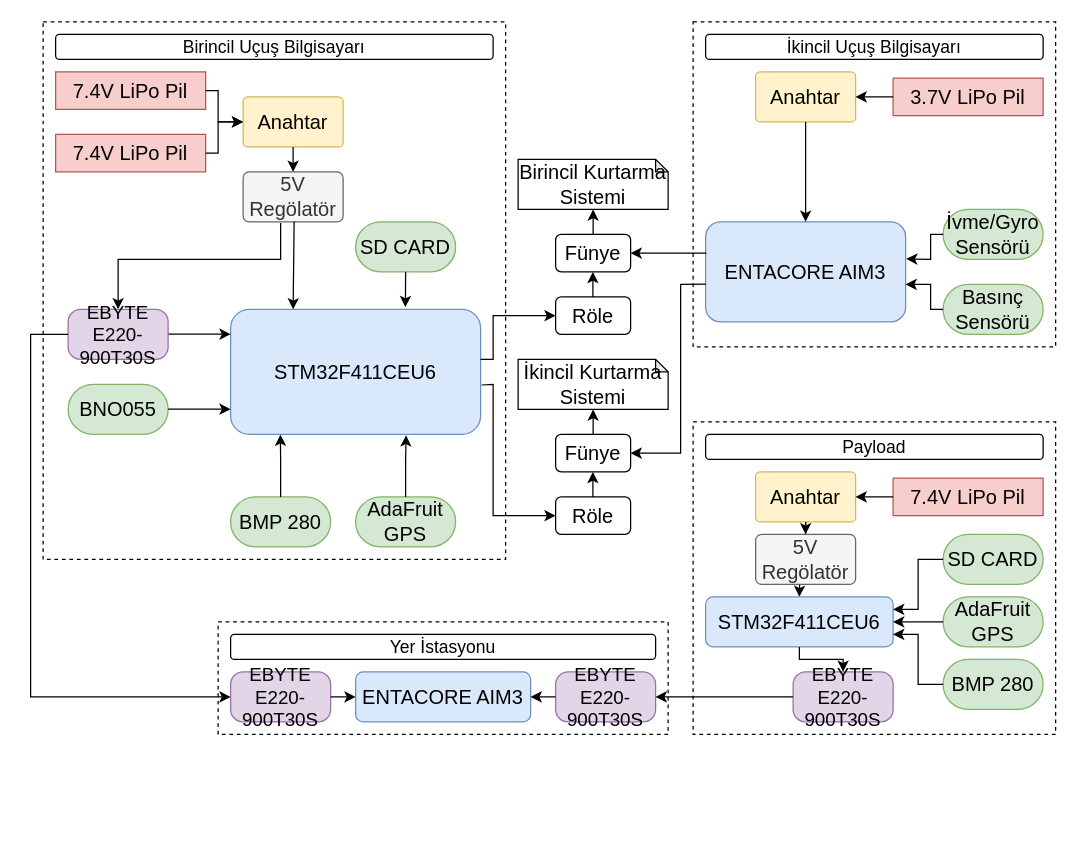
Above: Başlıksız Diyagram.drawio in cemmgrgn/cemgirgin.github.io (draw.io), before the change. Source tidied: cells renumbered, new cells numbered last; positions are measured from the earlier drawing's top-left corner, leaving out a move shared by most shapes. Both pictures are drawn from the tidied source at 125%, with x=0, y=0 at pixel (30, 21).
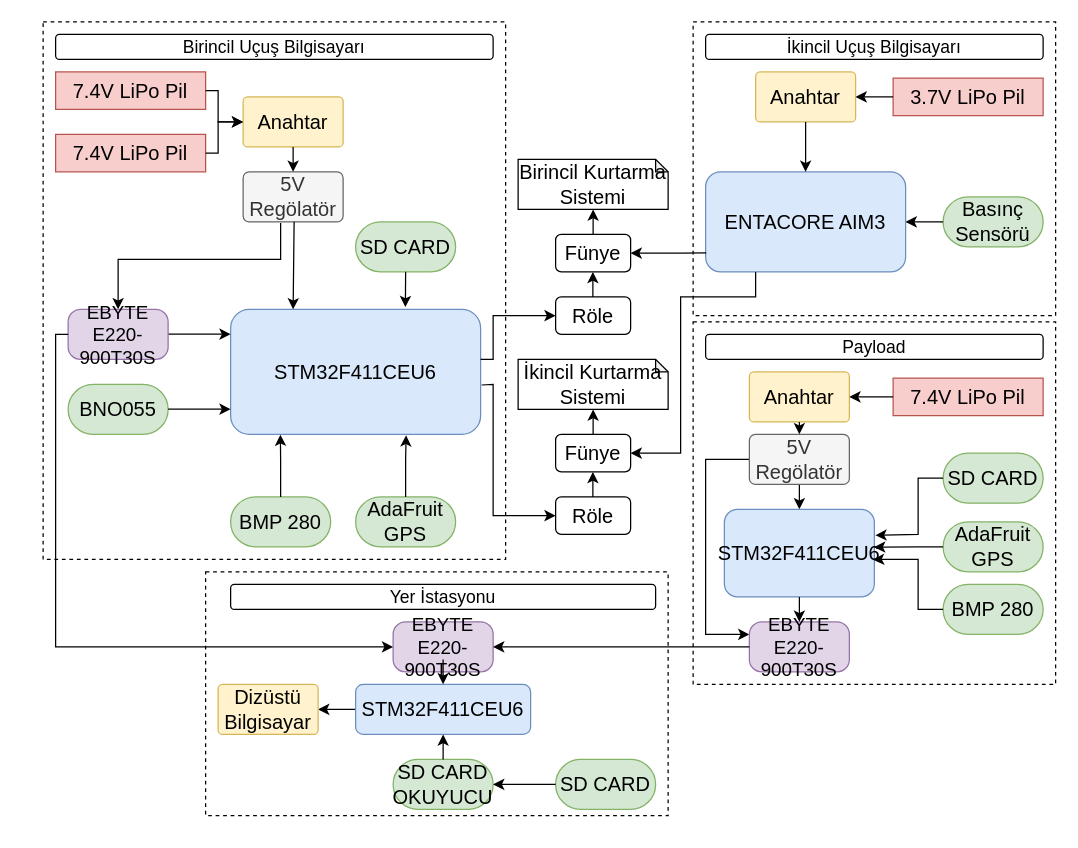
After the change.

The change refers to these unchanged cells:
```xml
<mxCell id="27" value="Fünye" style="rounded=1;whiteSpace=wrap;html=1;fontFamily=Calibri;fontSize=16;" parent="1" vertex="1">
  <mxGeometry x="420" y="330" width="60" height="30" as="geometry" />
</mxCell>
<mxCell id="62" value="EBYTE E220-900T30S" style="rounded=1;whiteSpace=wrap;html=1;arcSize=25;fillColor=#e1d5e7;strokeColor=#9673a6;fontFamily=Calibri;fontSize=15;" parent="1" vertex="1">
  <mxGeometry x="30" y="230" width="80" height="40" as="geometry" />
</mxCell>
```

Change to the diagram source:
```diff
@@
     <mxCell id="35" value="ENTACORE AIM3" style="rounded=1;whiteSpace=wrap;html=1;fillColor=#dae8fc;strokeColor=#6c8ebf;fontFamily=Calibri;fontSize=16;" parent="1" vertex="1">
-      <mxGeometry x="540" y="160" width="160" height="80" as="geometry" />
+      <mxGeometry x="540" y="120" width="160" height="80" as="geometry" />
     </mxCell>
@@
-    <mxCell id="38" value="İvme/Gyro Sensörü" style="rounded=1;whiteSpace=wrap;html=1;arcSize=50;fillColor=#d5e8d4;strokeColor=#82b366;fontFamily=Calibri;fontSize=16;" parent="1" vertex="1">
-      <mxGeometry x="730" y="150" width="80" height="40" as="geometry" />
-    </mxCell>
     <mxCell id="39" value="Basınç Sensörü" style="rounded=1;whiteSpace=wrap;html=1;arcSize=50;fillColor=#d5e8d4;strokeColor=#82b366;fontFamily=Calibri;fontSize=16;" parent="1" vertex="1">
-      <mxGeometry x="730" y="210" width="80" height="40" as="geometry" />
+      <mxGeometry x="730" y="140" width="80" height="40" as="geometry" />
     </mxCell>
-    <mxCell id="40" style="endArrow=classic;html=1;rounded=0;exitX=0;exitY=0.5;exitDx=0;exitDy=0;entryX=1.006;entryY=0.611;entryDx=0;entryDy=0;entryPerimeter=0;fontFamily=Calibri;fontSize=16;" parent="1" edge="1" source="39">
+    <mxCell id="40" style="endArrow=classic;html=1;rounded=0;exitX=0;exitY=0.5;exitDx=0;exitDy=0;fontFamily=Calibri;fontSize=16;" parent="1" edge="1" source="39">
       <mxGeometry relative="1" as="geometry">
-        <mxPoint x="700" y="210" as="targetPoint" />
+        <mxPoint x="700" y="160" as="targetPoint" />
         <Array as="points">
-          <mxPoint x="720" y="230" />
-          <mxPoint x="720" y="210" />
+          <mxPoint x="700" y="160" />
         </Array>
       </mxGeometry>
     </mxCell>
-    <mxCell id="41" style="endArrow=classic;html=1;rounded=0;entryX=1.003;entryY=0.37;entryDx=0;entryDy=0;entryPerimeter=0;exitX=0;exitY=0.5;exitDx=0;exitDy=0;fontFamily=Calibri;fontSize=16;" parent="1" edge="1" source="38" target="35">
-      <mxGeometry relative="1" as="geometry">
-        <Array as="points">
-          <mxPoint x="720" y="170" />
-          <mxPoint x="720" y="190" />
-        </Array>
-      </mxGeometry>
-    </mxCell>
-    <mxCell id="42" style="endArrow=classic;html=1;rounded=0;exitX=0.004;exitY=0.313;exitDx=0;exitDy=0;exitPerimeter=0;" parent="1" edge="1" source="35">
+    <mxCell id="42" style="endArrow=classic;html=1;rounded=0;exitX=0.003;exitY=0.809;exitDx=0;exitDy=0;exitPerimeter=0;" parent="1" edge="1" source="35">
       <mxGeometry relative="1" as="geometry">
         <mxPoint x="480" y="185" as="targetPoint" />
         <Array as="points">
           <mxPoint x="520" y="185" />
         </Array>
       </mxGeometry>
     </mxCell>
-    <mxCell id="43" style="endArrow=classic;html=1;rounded=0;exitX=0.002;exitY=0.623;exitDx=0;exitDy=0;exitPerimeter=0;entryX=1;entryY=0.5;entryDx=0;entryDy=0;" parent="1" edge="1" source="35" target="27">
+    <mxCell id="43" style="endArrow=classic;html=1;rounded=0;exitX=0.25;exitY=1;exitDx=0;exitDy=0;entryX=1;entryY=0.5;entryDx=0;entryDy=0;" parent="1" edge="1" source="35" target="27">
       <mxGeometry relative="1" as="geometry">
         <Array as="points">
-          <mxPoint x="520" y="210" />
+          <mxPoint x="580" y="220" />
+          <mxPoint x="520" y="220" />
           <mxPoint x="520" y="345" />
         </Array>
       </mxGeometry>
     </mxCell>
+    <mxCell id="76" style="edgeStyle=orthogonalEdgeStyle;rounded=0;jettySize=auto;html=1;exitX=0;exitY=0.5;exitDx=0;exitDy=0;entryX=1;entryY=0.5;entryDx=0;entryDy=0;" parent="1" edge="1" source="44" target="84">
+      <mxGeometry relative="1" as="geometry" />
+    </mxCell>
-    <mxCell id="44" value="ENTACORE AIM3" style="rounded=1;whiteSpace=wrap;html=1;fillColor=#dae8fc;strokeColor=#6c8ebf;fontFamily=Calibri;fontSize=16;" parent="1" vertex="1">
-      <mxGeometry x="260" y="520" width="140" height="40" as="geometry" />
+    <mxCell id="44" value="STM32F411CEU6" style="rounded=1;whiteSpace=wrap;html=1;fillColor=#dae8fc;strokeColor=#6c8ebf;fontFamily=Calibri;fontSize=16;" parent="1" vertex="1">
+      <mxGeometry x="260" y="530" width="140" height="40" as="geometry" />
     </mxCell>
     <mxCell id="45" value="EBYTE E220-900T30S" style="rounded=1;whiteSpace=wrap;html=1;arcSize=25;fillColor=#e1d5e7;strokeColor=#9673a6;fontFamily=Calibri;fontSize=15;" parent="1" vertex="1">
-      <mxGeometry x="160" y="520" width="80" height="40" as="geometry" />
+      <mxGeometry x="290" y="480" width="80" height="40" as="geometry" />
     </mxCell>
-    <mxCell id="46" value="EBYTE E220-900T30S" style="rounded=1;whiteSpace=wrap;html=1;arcSize=25;fillColor=#e1d5e7;strokeColor=#9673a6;fontFamily=Calibri;fontSize=15;" parent="1" vertex="1">
-      <mxGeometry x="420" y="520" width="80" height="40" as="geometry" />
-    </mxCell>
     <mxCell id="47" value="7.4V LiPo Pil" style="rounded=1;whiteSpace=wrap;html=1;arcSize=0;fillColor=#f8cecc;strokeColor=#b85450;fontFamily=Calibri;fontSize=16;" parent="1" vertex="1">
-      <mxGeometry x="690" y="365" width="120" height="30" as="geometry" />
+      <mxGeometry x="690" y="285" width="120" height="30" as="geometry" />
     </mxCell>
-    <mxCell id="48" style="edgeStyle=orthogonalEdgeStyle;rounded=0;jettySize=auto;html=1;" parent="1" edge="1" source="49">
-      <mxGeometry relative="1" as="geometry">
-        <mxPoint x="615" y="460" as="targetPoint" />
-      </mxGeometry>
-    </mxCell>
     <mxCell id="49" value="Anahtar" style="rounded=1;whiteSpace=wrap;html=1;arcSize=9;fillColor=#fff2cc;strokeColor=#d6b656;fontFamily=Calibri;fontSize=16;" parent="1" vertex="1">
-      <mxGeometry x="580" y="360" width="80" height="40" as="geometry" />
+      <mxGeometry x="575" y="280" width="80" height="40" as="geometry" />
     </mxCell>
+    <mxCell id="77" style="edgeStyle=orthogonalEdgeStyle;rounded=0;jettySize=auto;html=1;" parent="1" edge="1" source="50">
+      <mxGeometry relative="1" as="geometry">
+        <mxPoint x="615" y="390" as="targetPoint" />
+      </mxGeometry>
+    </mxCell>
+    <mxCell id="78" style="edgeStyle=orthogonalEdgeStyle;rounded=0;jettySize=auto;html=1;exitX=0;exitY=0.5;exitDx=0;exitDy=0;entryX=0;entryY=0.25;entryDx=0;entryDy=0;" parent="1" edge="1" source="50" target="51">
+      <mxGeometry relative="1" as="geometry">
+        <Array as="points">
+          <mxPoint x="540" y="350" />
+          <mxPoint x="540" y="490" />
+        </Array>
+      </mxGeometry>
+    </mxCell>
     <mxCell id="50" value="5V Regölatör" style="rounded=1;whiteSpace=wrap;html=1;arcSize=12;fillColor=#f5f5f5;fontColor=#333333;strokeColor=#666666;fontFamily=Calibri;fontSize=16;" parent="1" vertex="1">
-      <mxGeometry x="580" y="410" width="80" height="40" as="geometry" />
+      <mxGeometry x="575" y="330" width="80" height="40" as="geometry" />
     </mxCell>
     <mxCell id="51" value="EBYTE E220-900T30S" style="rounded=1;whiteSpace=wrap;html=1;arcSize=25;fillColor=#e1d5e7;strokeColor=#9673a6;fontFamily=Calibri;fontSize=15;" parent="1" vertex="1">
-      <mxGeometry x="610" y="520" width="80" height="40" as="geometry" />
+      <mxGeometry x="575" y="480" width="80" height="40" as="geometry" />
     </mxCell>
     <mxCell id="52" value="STM32F411CEU6" style="rounded=1;whiteSpace=wrap;html=1;fillColor=#dae8fc;strokeColor=#6c8ebf;fontFamily=Calibri;fontSize=16;" parent="1" vertex="1">
-      <mxGeometry x="540" y="460" width="150" height="40" as="geometry" />
+      <mxGeometry x="555" y="390" width="120" height="70" as="geometry" />
     </mxCell>
     <mxCell id="53" value="SD CARD" style="rounded=1;whiteSpace=wrap;html=1;arcSize=50;fillColor=#d5e8d4;strokeColor=#82b366;fontFamily=Calibri;fontSize=16;" parent="1" vertex="1">
-      <mxGeometry x="730" y="410" width="80" height="40" as="geometry" />
+      <mxGeometry x="730" y="345" width="80" height="40" as="geometry" />
     </mxCell>
     <mxCell id="54" value="AdaFruit GPS" style="rounded=1;whiteSpace=wrap;html=1;arcSize=50;fillColor=#d5e8d4;strokeColor=#82b366;fontFamily=Calibri;fontSize=16;" parent="1" vertex="1">
-      <mxGeometry x="730" y="460" width="80" height="40" as="geometry" />
+      <mxGeometry x="730" y="400" width="80" height="40" as="geometry" />
     </mxCell>
     <mxCell id="55" value="BMP 280" style="rounded=1;whiteSpace=wrap;html=1;arcSize=50;fillColor=#d5e8d4;strokeColor=#82b366;fontFamily=Calibri;fontSize=16;" parent="1" vertex="1">
-      <mxGeometry x="730" y="510" width="80" height="40" as="geometry" />
+      <mxGeometry x="730" y="450" width="80" height="40" as="geometry" />
     </mxCell>
     <mxCell id="56" style="endArrow=classic;html=1;rounded=0;exitX=0;exitY=0.5;exitDx=0;exitDy=0;entryX=1;entryY=0.5;entryDx=0;entryDy=0;" parent="1" edge="1" source="47" target="49">
       <mxGeometry relative="1" as="geometry">
         <Array as="points">
-          <mxPoint x="680" y="380" />
+          <mxPoint x="680" y="300" />
         </Array>
       </mxGeometry>
     </mxCell>
@@
-    <mxCell id="58" style="endArrow=classic;html=1;rounded=0;exitX=0.5;exitY=1;exitDx=0;exitDy=0;entryX=0.5;entryY=0;entryDx=0;entryDy=0;" parent="1" edge="1" target="51">
-      <mxGeometry relative="1" as="geometry">
-        <mxPoint x="615" y="500" as="sourcePoint" />
-        <Array as="points">
-          <mxPoint x="615" y="510" />
-          <mxPoint x="650" y="510" />
-        </Array>
-      </mxGeometry>
+    <mxCell id="58" style="endArrow=classic;html=1;rounded=0;exitX=0.5;exitY=1;exitDx=0;exitDy=0;entryX=0.5;entryY=0;entryDx=0;entryDy=0;" parent="1" edge="1" source="52" target="51">
+      <mxGeometry relative="1" as="geometry" />
     </mxCell>
-    <mxCell id="59" style="endArrow=classic;html=1;rounded=0;exitX=0;exitY=0.5;exitDx=0;exitDy=0;entryX=1;entryY=0.25;entryDx=0;entryDy=0;" parent="1" edge="1" source="53">
+    <mxCell id="59" style="endArrow=classic;html=1;rounded=0;exitX=0;exitY=0.5;exitDx=0;exitDy=0;entryX=1.007;entryY=0.297;entryDx=0;entryDy=0;entryPerimeter=0;" parent="1" edge="1" source="53" target="52">
       <mxGeometry relative="1" as="geometry">
-        <mxPoint x="690" y="470" as="targetPoint" />
         <Array as="points">
-          <mxPoint x="710" y="430" />
-          <mxPoint x="710" y="470" />
+          <mxPoint x="710" y="365" />
+          <mxPoint x="710" y="410" />
         </Array>
       </mxGeometry>
     </mxCell>
-    <mxCell id="60" style="endArrow=classic;html=1;rounded=0;exitX=0;exitY=0.5;exitDx=0;exitDy=0;entryX=1.02;entryY=0.25;entryDx=0;entryDy=0;entryPerimeter=0;" parent="1" edge="1" source="54">
+    <mxCell id="60" style="endArrow=classic;html=1;rounded=0;exitX=0;exitY=0.5;exitDx=0;exitDy=0;entryX=0.998;entryY=0.432;entryDx=0;entryDy=0;entryPerimeter=0;" parent="1" edge="1" source="54" target="52">
       <mxGeometry relative="1" as="geometry">
-        <mxPoint x="690" y="480" as="targetPoint" />
+        <Array as="points">
+          <mxPoint x="710" y="420" />
+        </Array>
       </mxGeometry>
     </mxCell>
-    <mxCell id="61" style="endArrow=classic;html=1;rounded=0;exitX=0;exitY=0.5;exitDx=0;exitDy=0;entryX=1;entryY=0.75;entryDx=0;entryDy=0;" parent="1" edge="1" source="55">
+    <mxCell id="61" style="endArrow=classic;html=1;rounded=0;exitX=0;exitY=0.5;exitDx=0;exitDy=0;entryX=0.991;entryY=0.575;entryDx=0;entryDy=0;entryPerimeter=0;" parent="1" edge="1" source="55" target="52">
       <mxGeometry relative="1" as="geometry">
-        <mxPoint x="690" y="490" as="targetPoint" />
         <Array as="points">
-          <mxPoint x="710" y="530" />
-          <mxPoint x="710" y="490" />
+          <mxPoint x="710" y="470" />
+          <mxPoint x="710" y="430" />
+          <mxPoint x="680" y="430" />
         </Array>
       </mxGeometry>
     </mxCell>
@@
     <mxCell id="63" style="endArrow=classic;html=1;rounded=0;exitX=0;exitY=0.5;exitDx=0;exitDy=0;entryX=0;entryY=0.5;entryDx=0;entryDy=0;" parent="1" edge="1" source="62" target="45">
       <mxGeometry relative="1" as="geometry">
         <Array as="points">
-          <mxPoint y="250" />
-          <mxPoint y="540" />
+          <mxPoint x="20" y="250" />
+          <mxPoint x="20" y="500" />
         </Array>
       </mxGeometry>
     </mxCell>
-    <mxCell id="64" style="endArrow=classic;html=1;rounded=0;exitX=0;exitY=0.5;exitDx=0;exitDy=0;entryX=1;entryY=0.5;entryDx=0;entryDy=0;" parent="1" edge="1" source="51" target="46">
+    <mxCell id="64" style="endArrow=classic;html=1;rounded=0;exitX=0;exitY=0.5;exitDx=0;exitDy=0;entryX=1;entryY=0.5;entryDx=0;entryDy=0;" parent="1" edge="1" source="51" target="45">
       <mxGeometry relative="1" as="geometry">
         <Array as="points">
-          <mxPoint x="570" y="540" />
+          <mxPoint x="520" y="500" />
         </Array>
       </mxGeometry>
     </mxCell>
-    <mxCell id="65" style="endArrow=classic;html=1;rounded=0;exitX=1;exitY=0.5;exitDx=0;exitDy=0;entryX=0;entryY=0.5;entryDx=0;entryDy=0;" parent="1" edge="1" source="45" target="44">
-      <mxGeometry relative="1" as="geometry" />
-    </mxCell>
-    <mxCell id="66" style="endArrow=classic;html=1;rounded=0;exitX=0;exitY=0.5;exitDx=0;exitDy=0;entryX=1;entryY=0.5;entryDx=0;entryDy=0;" parent="1" edge="1" source="46" target="44">
-      <mxGeometry relative="1" as="geometry" />
-    </mxCell>
@@
     <mxCell id="69" value="Payload" style="rounded=1;whiteSpace=wrap;html=1;fontSize=14;fontFamily=Calibri;" parent="1" vertex="1">
-      <mxGeometry x="540" y="330" width="270" height="20" as="geometry" />
+      <mxGeometry x="540" y="250" width="270" height="20" as="geometry" />
     </mxCell>
     <mxCell id="70" value="Yer İstasyonu" style="rounded=1;whiteSpace=wrap;html=1;fontSize=14;fontFamily=Calibri;" parent="1" vertex="1">
-      <mxGeometry x="160" y="490" width="340" height="20" as="geometry" />
+      <mxGeometry x="160" y="450" width="340" height="20" as="geometry" />
     </mxCell>
@@
     <mxCell id="72" style="rounded=0;whiteSpace=wrap;html=1;dashed=1;fillColor=none;" parent="1" vertex="1">
-      <mxGeometry x="530" width="290" height="260" as="geometry" />
+      <mxGeometry x="530" width="290" height="235" as="geometry" />
     </mxCell>
     <mxCell id="73" style="rounded=0;whiteSpace=wrap;html=1;dashed=1;fillColor=none;" parent="1" vertex="1">
-      <mxGeometry x="530" y="320" width="290" height="250" as="geometry" />
+      <mxGeometry x="530" y="240" width="290" height="290" as="geometry" />
     </mxCell>
     <mxCell id="74" style="rounded=0;whiteSpace=wrap;html=1;dashed=1;fillColor=none;" parent="1" vertex="1">
-      <mxGeometry x="150" y="480" width="360" height="90" as="geometry" />
+      <mxGeometry x="140" y="440" width="370" height="195" as="geometry" />
     </mxCell>
@@
+    <mxCell id="79" value="SD CARD OKUYUCU" style="rounded=1;whiteSpace=wrap;html=1;arcSize=50;fillColor=#d5e8d4;strokeColor=#82b366;fontFamily=Calibri;fontSize=16;" parent="1" vertex="1">
+      <mxGeometry x="290" y="590" width="80" height="40" as="geometry" />
+    </mxCell>
+    <mxCell id="80" value="SD CARD" style="rounded=1;whiteSpace=wrap;html=1;arcSize=50;fillColor=#d5e8d4;strokeColor=#82b366;fontFamily=Calibri;fontSize=16;" parent="1" vertex="1">
+      <mxGeometry x="420" y="590" width="80" height="40" as="geometry" />
+    </mxCell>
+    <mxCell id="81" style="endArrow=classic;html=1;rounded=0;entryX=1;entryY=0.5;entryDx=0;entryDy=0;exitX=0;exitY=0.5;exitDx=0;exitDy=0;" parent="1" edge="1" source="80" target="79">
+      <mxGeometry relative="1" as="geometry" />
+    </mxCell>
+    <mxCell id="82" style="endArrow=classic;html=1;rounded=0;entryX=0.5;entryY=1;entryDx=0;entryDy=0;exitX=0.5;exitY=0;exitDx=0;exitDy=0;" parent="1" edge="1" source="79" target="44">
+      <mxGeometry relative="1" as="geometry">
+        <Array as="points">
+          <mxPoint x="330" y="580" />
+        </Array>
+      </mxGeometry>
+    </mxCell>
+    <mxCell id="83" style="endArrow=classic;html=1;rounded=0;" parent="1" edge="1">
+      <mxGeometry relative="1" as="geometry">
+        <mxPoint x="330" y="510" as="sourcePoint" />
+        <mxPoint x="330" y="530" as="targetPoint" />
+      </mxGeometry>
+    </mxCell>
+    <mxCell id="84" value="Dizüstü Bilgisayar" style="rounded=1;whiteSpace=wrap;html=1;arcSize=9;fillColor=#fff2cc;strokeColor=#d6b656;fontFamily=Calibri;fontSize=16;" parent="1" vertex="1">
+      <mxGeometry x="150" y="530" width="80" height="40" as="geometry" />
+    </mxCell>
```
